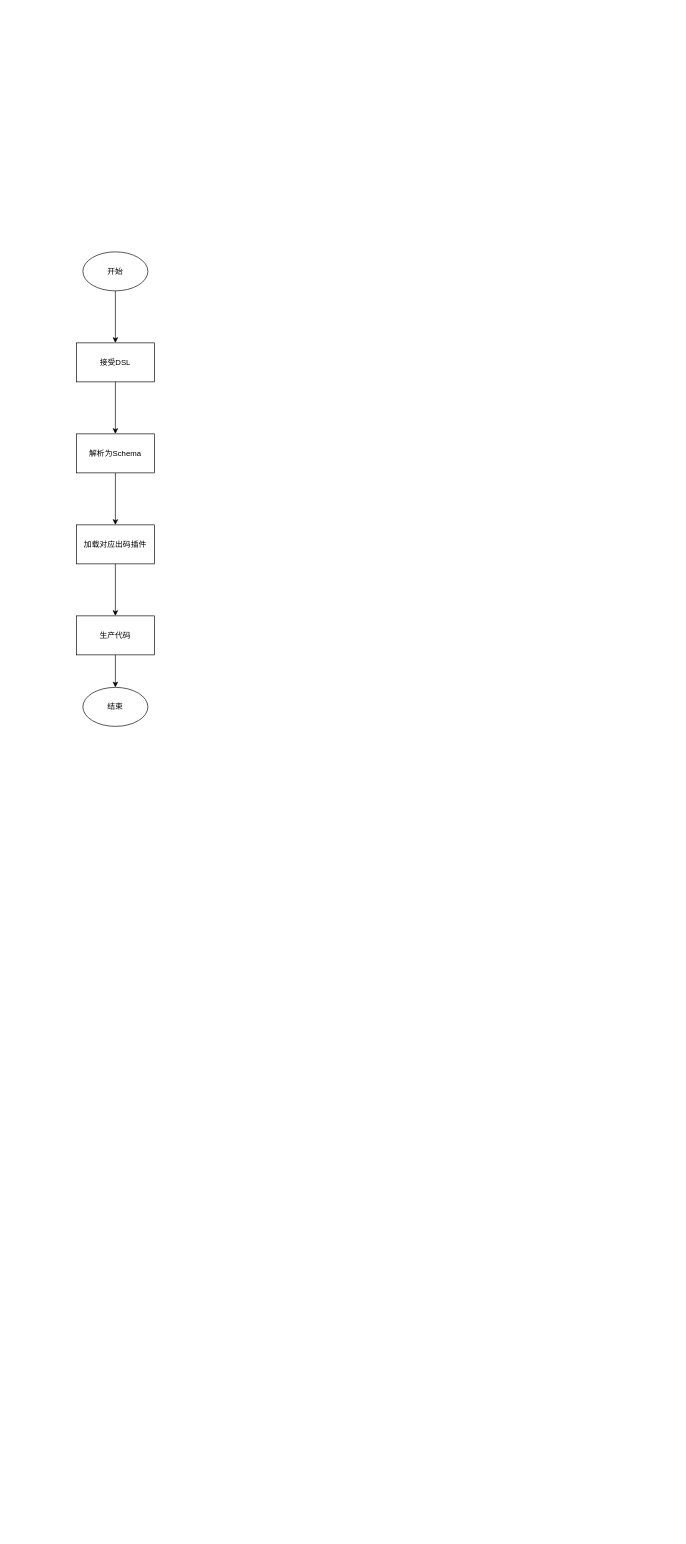
zhuoooo/doodles keeps this draw.io diagram as page "代码生成器" (10 of 10) of lowCode/lc.drawio. Above is the earlier version. Source tidied: cells renumbered, new cells numbered last; positions are measured from the earlier drawing's top-left corner, leaving out a move shared by most shapes. Both pictures are drawn from the tidied source at 65%, with x=0, y=0 at pixel (76, 252).
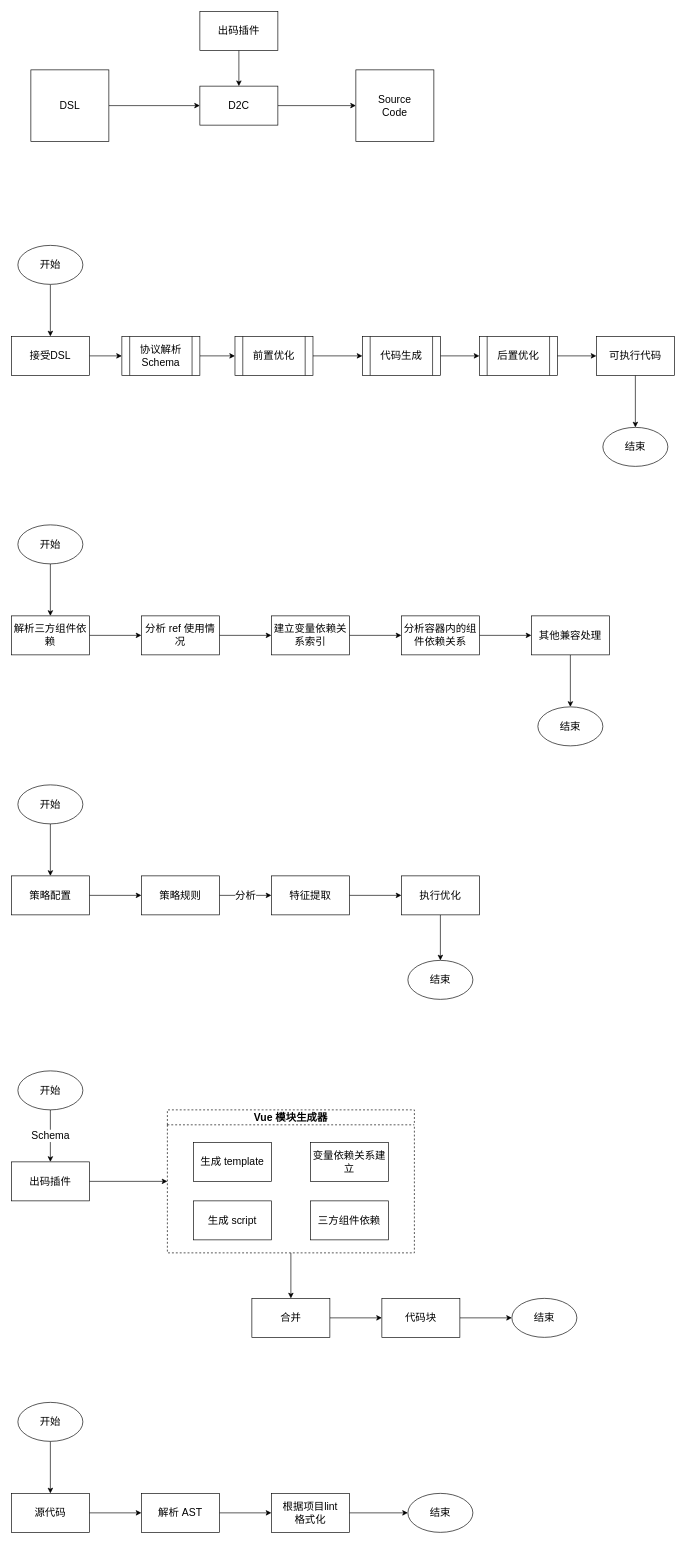
The same page after the edit.

Diff of the diagram source:
```diff
@@
-    <mxCell id="2" style="edgeStyle=orthogonalEdgeStyle;rounded=0;jettySize=auto;html=1;" parent="1" edge="1" source="3" target="5">
+    <mxCell id="2" style="edgeStyle=orthogonalEdgeStyle;rounded=0;jettySize=auto;html=1;fontFamily=微软雅黑;fontSize=16;" parent="1" edge="1" source="3" target="5">
       <mxGeometry relative="1" as="geometry" />
     </mxCell>
-    <mxCell id="3" value="开始" style="ellipse;whiteSpace=wrap;html=1;" parent="1" vertex="1">
-      <mxGeometry x="10" width="100" height="60" as="geometry" />
+    <mxCell id="3" value="开始" style="ellipse;whiteSpace=wrap;html=1;fontFamily=微软雅黑;fontSize=16;" parent="1" vertex="1">
+      <mxGeometry x="-90" y="-10" width="100" height="60" as="geometry" />
     </mxCell>
-    <mxCell id="4" style="edgeStyle=orthogonalEdgeStyle;rounded=0;jettySize=auto;html=1;" parent="1" edge="1" source="5" target="7">
+    <mxCell id="4" style="edgeStyle=orthogonalEdgeStyle;rounded=0;jettySize=auto;html=1;fontFamily=微软雅黑;fontSize=16;" parent="1" edge="1" source="5" target="7">
       <mxGeometry relative="1" as="geometry" />
     </mxCell>
-    <mxCell id="5" value="接受DSL" style="whiteSpace=wrap;html=1;" parent="1" vertex="1">
-      <mxGeometry y="140" width="120" height="60" as="geometry" />
+    <mxCell id="5" value="接受DSL" style="whiteSpace=wrap;html=1;fontFamily=微软雅黑;fontSize=16;" parent="1" vertex="1">
+      <mxGeometry x="-100" y="130" width="120" height="60" as="geometry" />
     </mxCell>
-    <mxCell id="6" style="edgeStyle=orthogonalEdgeStyle;rounded=0;jettySize=auto;html=1;" parent="1" edge="1" source="7" target="9">
+    <mxCell id="6" style="edgeStyle=orthogonalEdgeStyle;rounded=0;jettySize=auto;html=1;fontFamily=微软雅黑;fontSize=16;" parent="1" edge="1" source="7" target="14">
       <mxGeometry relative="1" as="geometry" />
     </mxCell>
-    <mxCell id="7" value="解析为Schema" style="whiteSpace=wrap;html=1;" parent="1" vertex="1">
-      <mxGeometry y="280" width="120" height="60" as="geometry" />
+    <mxCell id="7" value="协议解析Schema" style="whiteSpace=wrap;html=1;fontFamily=微软雅黑;fontSize=16;shape=process;backgroundOutline=1;" parent="1" vertex="1">
+      <mxGeometry x="70" y="130" width="120" height="60" as="geometry" />
     </mxCell>
-    <mxCell id="8" style="edgeStyle=orthogonalEdgeStyle;rounded=0;jettySize=auto;html=1;" parent="1" edge="1" source="9" target="11">
+    <mxCell id="8" style="edgeStyle=orthogonalEdgeStyle;rounded=0;jettySize=auto;html=1;fontFamily=微软雅黑;fontSize=16;" parent="1" edge="1" source="9" target="11">
       <mxGeometry relative="1" as="geometry" />
     </mxCell>
-    <mxCell id="9" value="加载对应出码插件" style="whiteSpace=wrap;html=1;" parent="1" vertex="1">
-      <mxGeometry y="420" width="120" height="60" as="geometry" />
+    <mxCell id="9" value="代码生成" style="whiteSpace=wrap;html=1;fontFamily=微软雅黑;fontSize=16;shape=process;backgroundOutline=1;" parent="1" vertex="1">
+      <mxGeometry x="440" y="130" width="120" height="60" as="geometry" />
     </mxCell>
-    <mxCell id="10" style="edgeStyle=orthogonalEdgeStyle;rounded=0;jettySize=auto;html=1;" parent="1" edge="1" source="11" target="12">
+    <mxCell id="10" style="edgeStyle=orthogonalEdgeStyle;rounded=0;jettySize=auto;html=1;fontFamily=微软雅黑;fontSize=16;" parent="1" edge="1" source="16" target="12">
       <mxGeometry relative="1" as="geometry" />
     </mxCell>
-    <mxCell id="11" value="生产代码" style="whiteSpace=wrap;html=1;" parent="1" vertex="1">
-      <mxGeometry y="560" width="120" height="60" as="geometry" />
+    <mxCell id="11" value="后置优化" style="whiteSpace=wrap;html=1;fontFamily=微软雅黑;fontSize=16;shape=process;backgroundOutline=1;" parent="1" vertex="1">
+      <mxGeometry x="620" y="130" width="120" height="60" as="geometry" />
     </mxCell>
-    <mxCell id="12" value="结束" style="ellipse;whiteSpace=wrap;html=1;" parent="1" vertex="1">
-      <mxGeometry x="10" y="670" width="100" height="60" as="geometry" />
+    <mxCell id="12" value="结束" style="ellipse;whiteSpace=wrap;html=1;fontFamily=微软雅黑;fontSize=16;" parent="1" vertex="1">
+      <mxGeometry x="810" y="270" width="100" height="60" as="geometry" />
     </mxCell>
+    <mxCell id="13" style="edgeStyle=orthogonalEdgeStyle;rounded=0;jettySize=auto;html=1;fontFamily=微软雅黑;fontSize=16;" parent="1" edge="1" source="14" target="9">
+      <mxGeometry relative="1" as="geometry" />
+    </mxCell>
+    <mxCell id="14" value="前置优化" style="rounded=0;whiteSpace=wrap;html=1;fontFamily=微软雅黑;fontSize=16;shape=process;backgroundOutline=1;" parent="1" vertex="1">
+      <mxGeometry x="244" y="130" width="120" height="60" as="geometry" />
+    </mxCell>
+    <mxCell id="15" style="edgeStyle=orthogonalEdgeStyle;rounded=0;jettySize=auto;html=1;fontFamily=微软雅黑;fontSize=16;" parent="1" edge="1" source="11" target="16">
+      <mxGeometry relative="1" as="geometry" />
+    </mxCell>
+    <mxCell id="16" value="可执行代码" style="rounded=0;whiteSpace=wrap;html=1;fontFamily=微软雅黑;fontSize=16;" parent="1" vertex="1">
+      <mxGeometry x="800" y="130" width="120" height="60" as="geometry" />
+    </mxCell>
+    <mxCell id="17" style="edgeStyle=orthogonalEdgeStyle;rounded=0;jettySize=auto;html=1;fontSize=16;fontFamily=微软雅黑;" parent="1" edge="1" source="18" target="20">
+      <mxGeometry relative="1" as="geometry" />
+    </mxCell>
+    <mxCell id="18" value="开始" style="ellipse;whiteSpace=wrap;html=1;fontFamily=微软雅黑;fontSize=16;" parent="1" vertex="1">
+      <mxGeometry x="-90" y="420" width="100" height="60" as="geometry" />
+    </mxCell>
+    <mxCell id="19" style="edgeStyle=orthogonalEdgeStyle;rounded=0;jettySize=auto;html=1;fontSize=16;fontFamily=微软雅黑;" parent="1" edge="1" source="20" target="22">
+      <mxGeometry relative="1" as="geometry" />
+    </mxCell>
+    <mxCell id="20" value="解析三方组件依赖" style="whiteSpace=wrap;html=1;fontSize=16;fontFamily=微软雅黑;" parent="1" vertex="1">
+      <mxGeometry x="-100" y="560" width="120" height="60" as="geometry" />
+    </mxCell>
+    <mxCell id="21" style="edgeStyle=orthogonalEdgeStyle;rounded=0;jettySize=auto;html=1;fontSize=16;fontFamily=微软雅黑;" parent="1" edge="1" source="22" target="24">
+      <mxGeometry relative="1" as="geometry" />
+    </mxCell>
+    <mxCell id="22" value="分析 ref 使用情况" style="whiteSpace=wrap;html=1;fontSize=16;fontFamily=微软雅黑;" parent="1" vertex="1">
+      <mxGeometry x="100" y="560" width="120" height="60" as="geometry" />
+    </mxCell>
+    <mxCell id="23" style="edgeStyle=orthogonalEdgeStyle;rounded=0;jettySize=auto;html=1;fontSize=16;fontFamily=微软雅黑;" parent="1" edge="1" source="24" target="26">
+      <mxGeometry relative="1" as="geometry" />
+    </mxCell>
+    <mxCell id="24" value="建立变量依赖关系索引" style="whiteSpace=wrap;html=1;fontSize=16;fontFamily=微软雅黑;" parent="1" vertex="1">
+      <mxGeometry x="300" y="560" width="120" height="60" as="geometry" />
+    </mxCell>
+    <mxCell id="25" style="edgeStyle=orthogonalEdgeStyle;rounded=0;jettySize=auto;html=1;fontSize=16;fontFamily=微软雅黑;" parent="1" edge="1" source="26" target="28">
+      <mxGeometry relative="1" as="geometry" />
+    </mxCell>
+    <mxCell id="26" value="分析容器内的组件依赖关系" style="whiteSpace=wrap;html=1;fontSize=16;fontFamily=微软雅黑;" parent="1" vertex="1">
+      <mxGeometry x="500" y="560" width="120" height="60" as="geometry" />
+    </mxCell>
+    <mxCell id="27" style="edgeStyle=orthogonalEdgeStyle;rounded=0;jettySize=auto;html=1;fontSize=16;fontFamily=微软雅黑;" parent="1" edge="1" source="28" target="29">
+      <mxGeometry relative="1" as="geometry" />
+    </mxCell>
+    <mxCell id="28" value="其他兼容处理" style="whiteSpace=wrap;html=1;fontSize=16;fontFamily=微软雅黑;" parent="1" vertex="1">
+      <mxGeometry x="700" y="560" width="120" height="60" as="geometry" />
+    </mxCell>
+    <mxCell id="29" value="结束" style="ellipse;whiteSpace=wrap;html=1;fontFamily=微软雅黑;fontSize=16;" parent="1" vertex="1">
+      <mxGeometry x="710" y="700" width="100" height="60" as="geometry" />
+    </mxCell>
+    <mxCell id="30" style="edgeStyle=orthogonalEdgeStyle;rounded=0;jettySize=auto;html=1;fontSize=16;fontFamily=微软雅黑;" parent="1" edge="1" source="31" target="33">
+      <mxGeometry relative="1" as="geometry" />
+    </mxCell>
+    <mxCell id="31" value="DSL" style="rounded=0;whiteSpace=wrap;html=1;fontSize=16;fontFamily=微软雅黑;" parent="1" vertex="1">
+      <mxGeometry x="-70" y="-280" width="120" height="110" as="geometry" />
+    </mxCell>
+    <mxCell id="32" style="edgeStyle=orthogonalEdgeStyle;rounded=0;jettySize=auto;html=1;fontSize=16;fontFamily=微软雅黑;" parent="1" edge="1" source="33" target="36">
+      <mxGeometry relative="1" as="geometry" />
+    </mxCell>
+    <mxCell id="33" value="D2C" style="whiteSpace=wrap;html=1;rounded=0;fontSize=16;fontFamily=微软雅黑;" parent="1" vertex="1">
+      <mxGeometry x="190" y="-255" width="120" height="60" as="geometry" />
+    </mxCell>
+    <mxCell id="34" style="edgeStyle=orthogonalEdgeStyle;rounded=0;jettySize=auto;html=1;fontSize=16;fontFamily=微软雅黑;" parent="1" edge="1" source="35" target="33">
+      <mxGeometry relative="1" as="geometry" />
+    </mxCell>
+    <mxCell id="35" value="出码插件" style="rounded=0;whiteSpace=wrap;html=1;fontSize=16;fontFamily=微软雅黑;" parent="1" vertex="1">
+      <mxGeometry x="190" y="-370" width="120" height="60" as="geometry" />
+    </mxCell>
+    <mxCell id="36" value="Source&lt;div style=&quot;font-size: 16px;&quot;&gt;Code&lt;/div&gt;" style="rounded=0;whiteSpace=wrap;html=1;fontSize=16;fontFamily=微软雅黑;" parent="1" vertex="1">
+      <mxGeometry x="430" y="-280" width="120" height="110" as="geometry" />
+    </mxCell>
+    <mxCell id="37" style="edgeStyle=orthogonalEdgeStyle;rounded=0;jettySize=auto;html=1;fontSize=16;fontFamily=微软雅黑;" parent="1" edge="1" source="38" target="40">
+      <mxGeometry relative="1" as="geometry" />
+    </mxCell>
+    <mxCell id="38" value="开始" style="ellipse;whiteSpace=wrap;html=1;fontFamily=微软雅黑;fontSize=16;" parent="1" vertex="1">
+      <mxGeometry x="-90" y="820" width="100" height="60" as="geometry" />
+    </mxCell>
+    <mxCell id="39" style="edgeStyle=orthogonalEdgeStyle;rounded=0;jettySize=auto;html=1;fontSize=16;fontFamily=微软雅黑;" parent="1" edge="1" source="40" target="42">
+      <mxGeometry relative="1" as="geometry" />
+    </mxCell>
+    <mxCell id="40" value="策略配置" style="whiteSpace=wrap;html=1;fontSize=16;fontFamily=微软雅黑;" parent="1" vertex="1">
+      <mxGeometry x="-100" y="960" width="120" height="60" as="geometry" />
+    </mxCell>
+    <mxCell id="41" value="分析" style="edgeStyle=orthogonalEdgeStyle;rounded=0;jettySize=auto;html=1;fontSize=16;fontFamily=微软雅黑;" parent="1" edge="1" source="42" target="44">
+      <mxGeometry relative="1" as="geometry" />
+    </mxCell>
+    <mxCell id="42" value="策略规则" style="whiteSpace=wrap;html=1;fontSize=16;fontFamily=微软雅黑;" parent="1" vertex="1">
+      <mxGeometry x="100" y="960" width="120" height="60" as="geometry" />
+    </mxCell>
+    <mxCell id="43" style="edgeStyle=orthogonalEdgeStyle;rounded=0;jettySize=auto;html=1;fontSize=16;fontFamily=微软雅黑;" parent="1" edge="1" source="44" target="46">
+      <mxGeometry relative="1" as="geometry" />
+    </mxCell>
+    <mxCell id="44" value="特征提取" style="whiteSpace=wrap;html=1;fontSize=16;fontFamily=微软雅黑;" parent="1" vertex="1">
+      <mxGeometry x="300" y="960" width="120" height="60" as="geometry" />
+    </mxCell>
+    <mxCell id="45" style="edgeStyle=orthogonalEdgeStyle;rounded=0;jettySize=auto;html=1;fontSize=16;fontFamily=微软雅黑;" parent="1" edge="1" source="46" target="47">
+      <mxGeometry relative="1" as="geometry" />
+    </mxCell>
+    <mxCell id="46" value="执行优化" style="whiteSpace=wrap;html=1;fontSize=16;fontFamily=微软雅黑;" parent="1" vertex="1">
+      <mxGeometry x="500" y="960" width="120" height="60" as="geometry" />
+    </mxCell>
+    <mxCell id="47" value="结束" style="ellipse;whiteSpace=wrap;html=1;fontFamily=微软雅黑;fontSize=16;" parent="1" vertex="1">
+      <mxGeometry x="510" y="1090" width="100" height="60" as="geometry" />
+    </mxCell>
+    <mxCell id="48" value="Schema" style="edgeStyle=orthogonalEdgeStyle;rounded=0;jettySize=auto;html=1;fontSize=16;fontFamily=微软雅黑;" parent="1" edge="1" source="49" target="51">
+      <mxGeometry relative="1" as="geometry" />
+    </mxCell>
+    <mxCell id="49" value="开始" style="ellipse;whiteSpace=wrap;html=1;fontFamily=微软雅黑;fontSize=16;" parent="1" vertex="1">
+      <mxGeometry x="-90" y="1260" width="100" height="60" as="geometry" />
+    </mxCell>
+    <mxCell id="50" style="edgeStyle=orthogonalEdgeStyle;rounded=0;jettySize=auto;html=1;fontSize=16;fontFamily=微软雅黑;" parent="1" edge="1" source="51" target="53">
+      <mxGeometry relative="1" as="geometry" />
+    </mxCell>
+    <mxCell id="51" value="出码插件" style="whiteSpace=wrap;html=1;fontSize=16;fontFamily=微软雅黑;" parent="1" vertex="1">
+      <mxGeometry x="-100" y="1400" width="120" height="60" as="geometry" />
+    </mxCell>
+    <mxCell id="52" style="edgeStyle=orthogonalEdgeStyle;rounded=0;jettySize=auto;html=1;fontSize=16;fontFamily=微软雅黑;" parent="1" edge="1" source="53" target="59">
+      <mxGeometry relative="1" as="geometry" />
+    </mxCell>
+    <mxCell id="53" value="Vue 模块生成器" style="swimlane;whiteSpace=wrap;html=1;dashed=1;fontSize=16;fontFamily=微软雅黑;" parent="1" vertex="1">
+      <mxGeometry x="140" y="1320" width="380" height="220" as="geometry" />
+    </mxCell>
+    <mxCell id="54" value="生成 template" style="whiteSpace=wrap;html=1;fontSize=16;fontFamily=微软雅黑;" parent="53" vertex="1">
+      <mxGeometry x="40" y="50" width="120" height="60" as="geometry" />
+    </mxCell>
+    <mxCell id="55" value="生成 script" style="whiteSpace=wrap;html=1;fontSize=16;fontFamily=微软雅黑;" parent="53" vertex="1">
+      <mxGeometry x="40" y="140" width="120" height="60" as="geometry" />
+    </mxCell>
+    <mxCell id="56" value="变量依赖关系建立" style="rounded=0;whiteSpace=wrap;html=1;fontSize=16;fontFamily=微软雅黑;" parent="53" vertex="1">
+      <mxGeometry x="220" y="50" width="120" height="60" as="geometry" />
+    </mxCell>
+    <mxCell id="57" value="三方组件依赖" style="rounded=0;whiteSpace=wrap;html=1;fontSize=16;fontFamily=微软雅黑;" parent="53" vertex="1">
+      <mxGeometry x="220" y="140" width="120" height="60" as="geometry" />
+    </mxCell>
+    <mxCell id="58" style="edgeStyle=orthogonalEdgeStyle;rounded=0;jettySize=auto;html=1;fontSize=16;fontFamily=微软雅黑;" parent="1" edge="1" source="59" target="61">
+      <mxGeometry relative="1" as="geometry" />
+    </mxCell>
+    <mxCell id="59" value="合并" style="whiteSpace=wrap;html=1;fontStyle=0;startSize=23;fontSize=16;fontFamily=微软雅黑;" parent="1" vertex="1">
+      <mxGeometry x="270" y="1610" width="120" height="60" as="geometry" />
+    </mxCell>
+    <mxCell id="60" style="edgeStyle=orthogonalEdgeStyle;rounded=0;jettySize=auto;html=1;" parent="1" edge="1" source="61" target="62">
+      <mxGeometry relative="1" as="geometry" />
+    </mxCell>
+    <mxCell id="61" value="代码块" style="whiteSpace=wrap;html=1;fontStyle=0;startSize=23;fontSize=16;fontFamily=微软雅黑;" parent="1" vertex="1">
+      <mxGeometry x="470" y="1610" width="120" height="60" as="geometry" />
+    </mxCell>
+    <mxCell id="62" value="结束" style="ellipse;whiteSpace=wrap;html=1;fontFamily=微软雅黑;fontSize=16;" parent="1" vertex="1">
+      <mxGeometry x="670" y="1610" width="100" height="60" as="geometry" />
+    </mxCell>
+    <mxCell id="63" style="edgeStyle=orthogonalEdgeStyle;rounded=0;jettySize=auto;html=1;" parent="1" edge="1" source="64" target="66">
+      <mxGeometry relative="1" as="geometry" />
+    </mxCell>
+    <mxCell id="64" value="开始" style="ellipse;whiteSpace=wrap;html=1;fontFamily=微软雅黑;fontSize=16;" parent="1" vertex="1">
+      <mxGeometry x="-90" y="1770" width="100" height="60" as="geometry" />
+    </mxCell>
+    <mxCell id="65" style="edgeStyle=orthogonalEdgeStyle;rounded=0;jettySize=auto;html=1;" parent="1" edge="1" source="66" target="68">
+      <mxGeometry relative="1" as="geometry" />
+    </mxCell>
+    <mxCell id="66" value="源代码" style="whiteSpace=wrap;html=1;fontSize=16;fontFamily=微软雅黑;" parent="1" vertex="1">
+      <mxGeometry x="-100" y="1910" width="120" height="60" as="geometry" />
+    </mxCell>
+    <mxCell id="67" style="edgeStyle=orthogonalEdgeStyle;rounded=0;jettySize=auto;html=1;" parent="1" edge="1" source="68" target="70">
+      <mxGeometry relative="1" as="geometry" />
+    </mxCell>
+    <mxCell id="68" value="解析 AST" style="whiteSpace=wrap;html=1;fontSize=16;fontFamily=微软雅黑;" parent="1" vertex="1">
+      <mxGeometry x="100" y="1910" width="120" height="60" as="geometry" />
+    </mxCell>
+    <mxCell id="69" style="edgeStyle=orthogonalEdgeStyle;rounded=0;jettySize=auto;html=1;" parent="1" edge="1" source="70" target="71">
+      <mxGeometry relative="1" as="geometry" />
+    </mxCell>
+    <mxCell id="70" value="根据项目lint&lt;div&gt;格式化&lt;/div&gt;" style="whiteSpace=wrap;html=1;fontSize=16;fontFamily=微软雅黑;" parent="1" vertex="1">
+      <mxGeometry x="300" y="1910" width="120" height="60" as="geometry" />
+    </mxCell>
+    <mxCell id="71" value="结束" style="ellipse;whiteSpace=wrap;html=1;fontFamily=微软雅黑;fontSize=16;" parent="1" vertex="1">
+      <mxGeometry x="510" y="1910" width="100" height="60" as="geometry" />
+    </mxCell>
```
